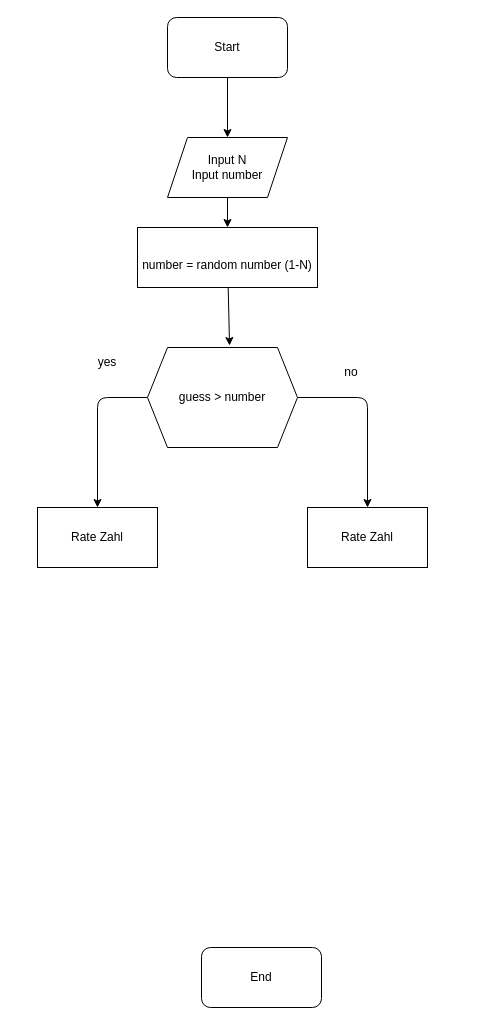
This is Sanja/Challenge/basic.drawio from Gerlinde888/FE16-AlgoDS-Day1-Sanja-Gerlinde, a draw.io file, before an edit. Source tidied: cells renumbered, new cells numbered last; positions are measured from the earlier drawing's top-left corner, leaving out a move shared by most shapes. Both pictures are drawn from the tidied source at 100%, with x=0, y=0 at pixel (37, 17).
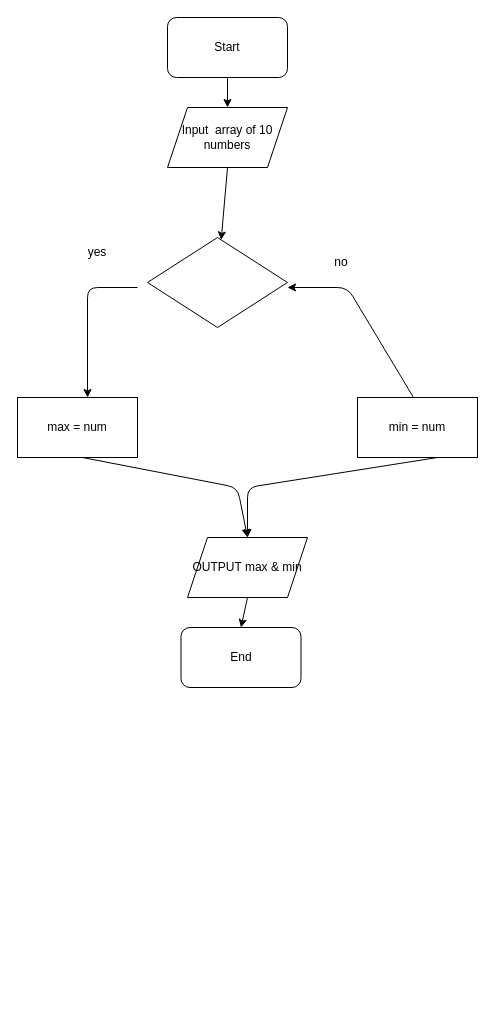
After the change.

The change refers to these unchanged cells:
```xml
<mxCell id="3" value="Start" style="rounded=1;whiteSpace=wrap;html=1;" parent="1" vertex="1">
  <mxGeometry x="130" width="120" height="60" as="geometry" />
</mxCell>
```

The edit, as a diff of the source:
```diff
@@
-    <mxCell id="2" style="edgeStyle=none;html=1;entryX=0.5;entryY=0;entryDx=0;entryDy=0;" parent="1" edge="1" source="3" target="6">
-      <mxGeometry relative="1" as="geometry" />
-    </mxCell>
+    <mxCell id="7" style="edgeStyle=none;html=1;entryX=0.5;entryY=0;entryDx=0;entryDy=0;" parent="1" edge="1" source="3" target="17">
+      <mxGeometry relative="1" as="geometry" />
+    </mxCell>
@@
+    <mxCell id="16" style="edgeStyle=none;html=1;exitX=0.5;exitY=1;exitDx=0;exitDy=0;" parent="1" edge="1" source="17" target="26">
+      <mxGeometry relative="1" as="geometry" />
+    </mxCell>
+    <mxCell id="17" value="Input&amp;nbsp; array of 10 numbers" style="shape=parallelogram;perimeter=parallelogramPerimeter;whiteSpace=wrap;html=1;fixedSize=1;" parent="1" vertex="1">
+      <mxGeometry x="130" y="90" width="120" height="60" as="geometry" />
+    </mxCell>
+    <mxCell id="18" style="edgeStyle=none;html=1;exitX=0;exitY=0.5;exitDx=0;exitDy=0;entryX=0.5;entryY=0;entryDx=0;entryDy=0;" parent="1" edge="1">
+      <mxGeometry relative="1" as="geometry">
+        <mxPoint x="100" y="270" as="sourcePoint" />
+        <mxPoint x="50" y="380" as="targetPoint" />
+        <Array as="points">
+          <mxPoint x="50" y="270" />
+        </Array>
+      </mxGeometry>
+    </mxCell>
+    <mxCell id="13" value="yes" style="text;html=1;strokeColor=none;fillColor=none;align=center;verticalAlign=middle;whiteSpace=wrap;rounded=0;" parent="1" vertex="1">
+      <mxGeometry x="30" y="220" width="60" height="30" as="geometry" />
+    </mxCell>
+    <mxCell id="15" value="no" style="text;html=1;strokeColor=none;fillColor=none;align=center;verticalAlign=middle;whiteSpace=wrap;rounded=0;" parent="1" vertex="1">
+      <mxGeometry x="274" y="230" width="60" height="30" as="geometry" />
+    </mxCell>
+    <mxCell id="19" style="edgeStyle=none;html=1;entryX=1;entryY=0.5;entryDx=0;entryDy=0;" parent="1" edge="1">
+      <mxGeometry relative="1" as="geometry">
+        <mxPoint x="376" y="380" as="sourcePoint" />
+        <mxPoint x="250" y="270" as="targetPoint" />
+        <Array as="points">
+          <mxPoint x="310" y="270" />
+        </Array>
+      </mxGeometry>
+    </mxCell>
+    <mxCell id="20" style="edgeStyle=none;html=1;exitX=0.5;exitY=1;exitDx=0;exitDy=0;entryX=0.5;entryY=0;entryDx=0;entryDy=0;" parent="1" edge="1">
+      <mxGeometry relative="1" as="geometry">
+        <mxPoint x="400" y="440" as="sourcePoint" />
+        <mxPoint x="210" y="520" as="targetPoint" />
+        <Array as="points">
+          <mxPoint x="210" y="470" />
+        </Array>
+      </mxGeometry>
+    </mxCell>
+    <mxCell id="21" style="edgeStyle=none;html=1;exitX=0.5;exitY=1;exitDx=0;exitDy=0;" parent="1" edge="1">
+      <mxGeometry relative="1" as="geometry">
+        <mxPoint x="45" y="440" as="sourcePoint" />
+        <mxPoint x="210" y="520" as="targetPoint" />
+        <Array as="points">
+          <mxPoint x="200" y="470" />
+        </Array>
+      </mxGeometry>
+    </mxCell>
+    <mxCell id="22" style="edgeStyle=none;html=1;exitX=0.5;exitY=1;exitDx=0;exitDy=0;entryX=0.5;entryY=0;entryDx=0;entryDy=0;" parent="1" edge="1" source="23" target="4">
+      <mxGeometry relative="1" as="geometry" />
+    </mxCell>
+    <mxCell id="23" value="OUTPUT max &amp;amp; min" style="shape=parallelogram;perimeter=parallelogramPerimeter;whiteSpace=wrap;html=1;fixedSize=1;" parent="1" vertex="1">
+      <mxGeometry x="150" y="520" width="120" height="60" as="geometry" />
+    </mxCell>
     <mxCell id="4" value="End" style="rounded=1;whiteSpace=wrap;html=1;" parent="1" vertex="1">
-      <mxGeometry x="164" y="930" width="120" height="60" as="geometry" />
+      <mxGeometry x="143.5" y="610" width="120" height="60" as="geometry" />
     </mxCell>
-    <mxCell id="5" style="edgeStyle=none;html=1;exitX=0.5;exitY=1;exitDx=0;exitDy=0;" parent="1" edge="1" source="6" target="8">
-      <mxGeometry relative="1" as="geometry" />
-    </mxCell>
-    <mxCell id="6" value="Input N&lt;br&gt;Input number" style="shape=parallelogram;perimeter=parallelogramPerimeter;whiteSpace=wrap;html=1;fixedSize=1;" parent="1" vertex="1">
-      <mxGeometry x="130" y="120" width="120" height="60" as="geometry" />
-    </mxCell>
-    <mxCell id="7" style="edgeStyle=none;html=1;entryX=0.547;entryY=-0.02;entryDx=0;entryDy=0;entryPerimeter=0;" parent="1" edge="1" source="8" target="11">
-      <mxGeometry relative="1" as="geometry" />
-    </mxCell>
-    <mxCell id="8" value="&lt;br&gt;number = random number (1-N)" style="rounded=0;whiteSpace=wrap;html=1;" parent="1" vertex="1">
-      <mxGeometry x="100" y="210" width="180" height="60" as="geometry" />
-    </mxCell>
-    <mxCell id="9" style="edgeStyle=none;html=1;exitX=0;exitY=0.5;exitDx=0;exitDy=0;entryX=0.5;entryY=0;entryDx=0;entryDy=0;" parent="1" edge="1" source="11" target="12">
-      <mxGeometry relative="1" as="geometry">
-        <Array as="points">
-          <mxPoint x="60" y="380" />
-        </Array>
-      </mxGeometry>
-    </mxCell>
-    <mxCell id="10" style="edgeStyle=none;html=1;entryX=0.5;entryY=0;entryDx=0;entryDy=0;exitX=1;exitY=0.5;exitDx=0;exitDy=0;" parent="1" edge="1" source="11" target="14">
-      <mxGeometry relative="1" as="geometry">
-        <Array as="points">
-          <mxPoint x="330" y="380" />
-        </Array>
-      </mxGeometry>
-    </mxCell>
-    <mxCell id="11" value="guess &amp;gt; number" style="shape=hexagon;perimeter=hexagonPerimeter2;whiteSpace=wrap;html=1;fixedSize=1;" parent="1" vertex="1">
-      <mxGeometry x="110" y="330" width="150" height="100" as="geometry" />
-    </mxCell>
-    <mxCell id="12" value="Rate Zahl" style="rounded=0;whiteSpace=wrap;html=1;" parent="1" vertex="1">
-      <mxGeometry y="490" width="120" height="60" as="geometry" />
-    </mxCell>
-    <mxCell id="13" value="yes" style="text;html=1;strokeColor=none;fillColor=none;align=center;verticalAlign=middle;whiteSpace=wrap;rounded=0;" parent="1" vertex="1">
-      <mxGeometry x="40" y="330" width="60" height="30" as="geometry" />
-    </mxCell>
-    <mxCell id="14" value="Rate Zahl" style="rounded=0;whiteSpace=wrap;html=1;" parent="1" vertex="1">
-      <mxGeometry x="270" y="490" width="120" height="60" as="geometry" />
-    </mxCell>
-    <mxCell id="15" value="no" style="text;html=1;strokeColor=none;fillColor=none;align=center;verticalAlign=middle;whiteSpace=wrap;rounded=0;" parent="1" vertex="1">
-      <mxGeometry x="284" y="340" width="60" height="30" as="geometry" />
-    </mxCell>
+    <mxCell id="24" value="max = num" style="rounded=0;whiteSpace=wrap;html=1;" parent="1" vertex="1">
+      <mxGeometry x="-20" y="380" width="120" height="60" as="geometry" />
+    </mxCell>
+    <mxCell id="25" value="min = num" style="rounded=0;whiteSpace=wrap;html=1;" parent="1" vertex="1">
+      <mxGeometry x="320" y="380" width="120" height="60" as="geometry" />
+    </mxCell>
+    <mxCell id="26" style="rhombus;whiteSpace=wrap;html=1;" parent="1" vertex="1">
+      <mxGeometry x="110" y="220" width="140" height="90" as="geometry" />
+    </mxCell>
```
